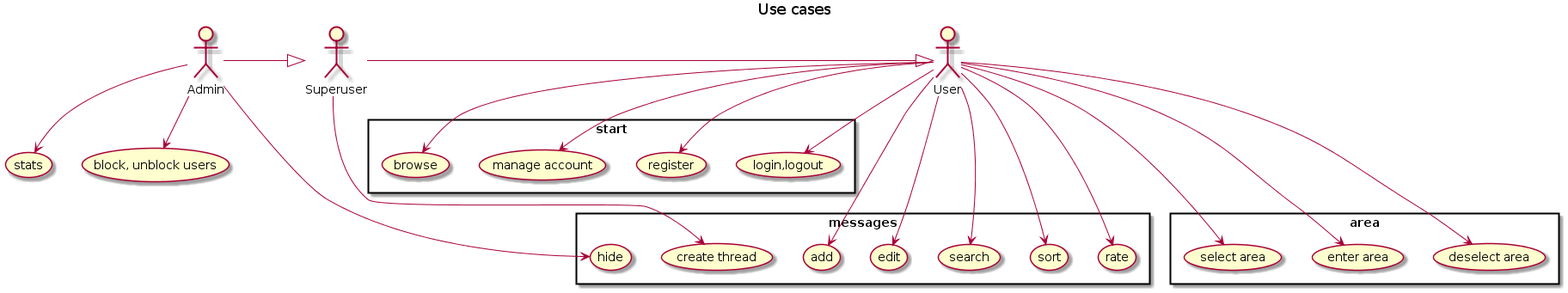
The PlantUML diagram Project/Doc/Analysis/use_cases.png in ZiggyMaes/NMCT-Server-Side-Applications, before a commit.
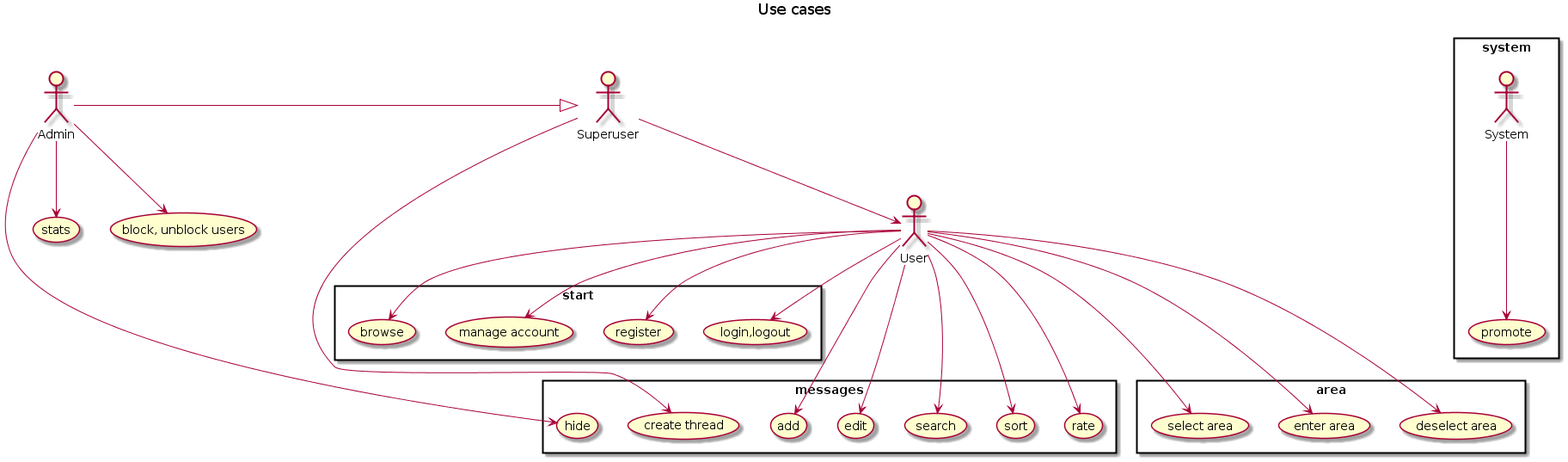
Above is the later version.

Commit message:
Class design & use cases updates

Change to the diagram source:
```diff
@@ -4,7 +4,6 @@
 
 :User:
 :Admin: -|> Superuser
-:Superuser: -|> User
 rectangle start {
 User --> (login,logout)
 User --> (register)
@@ -30,4 +29,10 @@
 
 Admin --> (stats)
 Admin --> (block, unblock users)
+
+rectangle system{
+System ---> (promote)
+}
+
+Superuser --> User
 @enduml
```
